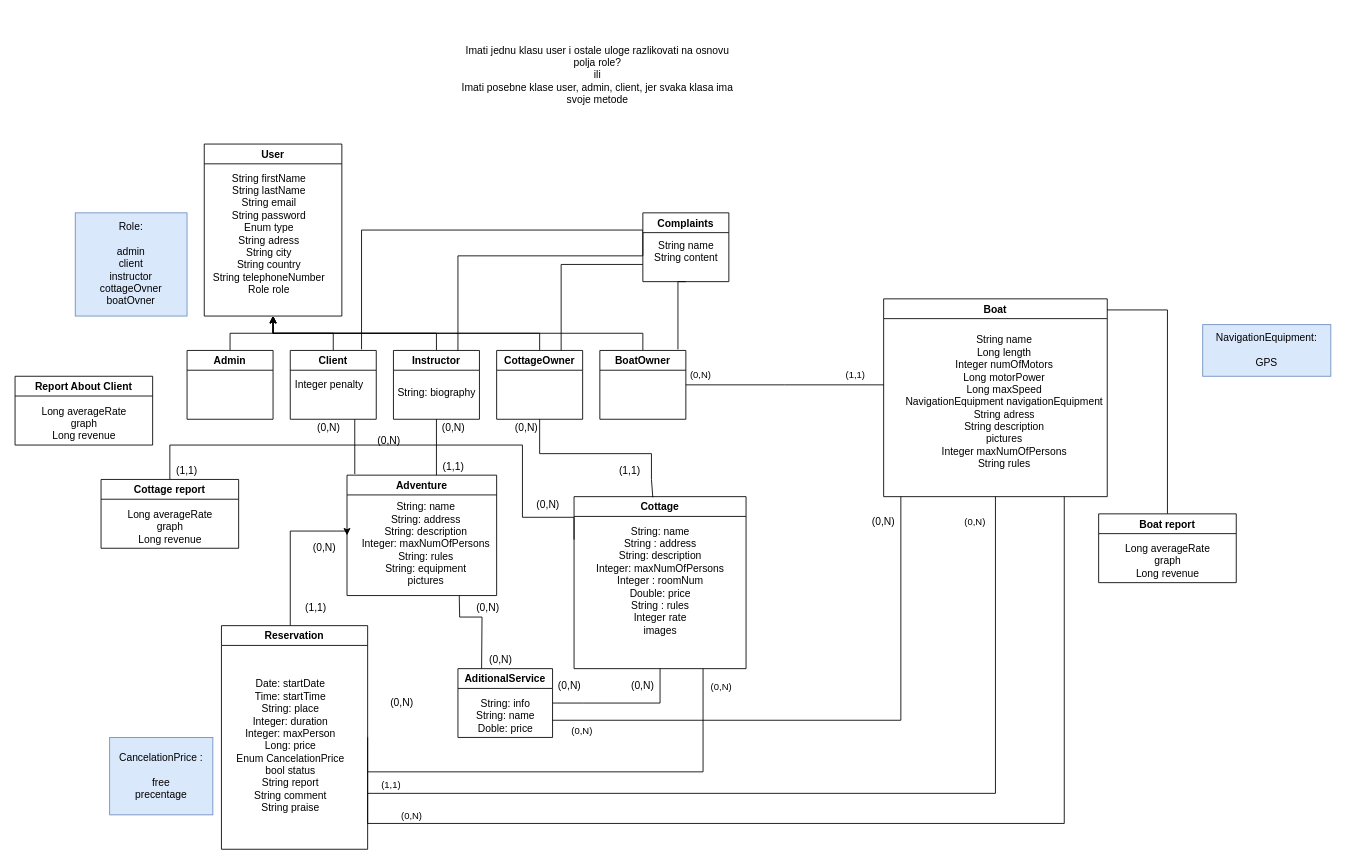
Earlier version of the draw.io diagram class_diagram.drawio (unpano/booking-app). Source tidied: cells renumbered, new cells numbered last; positions are measured from the earlier drawing's top-left corner, leaving out a move shared by most shapes. Both pictures are drawn from the tidied source at 86%, with x=0, y=0 at pixel (15, 15).
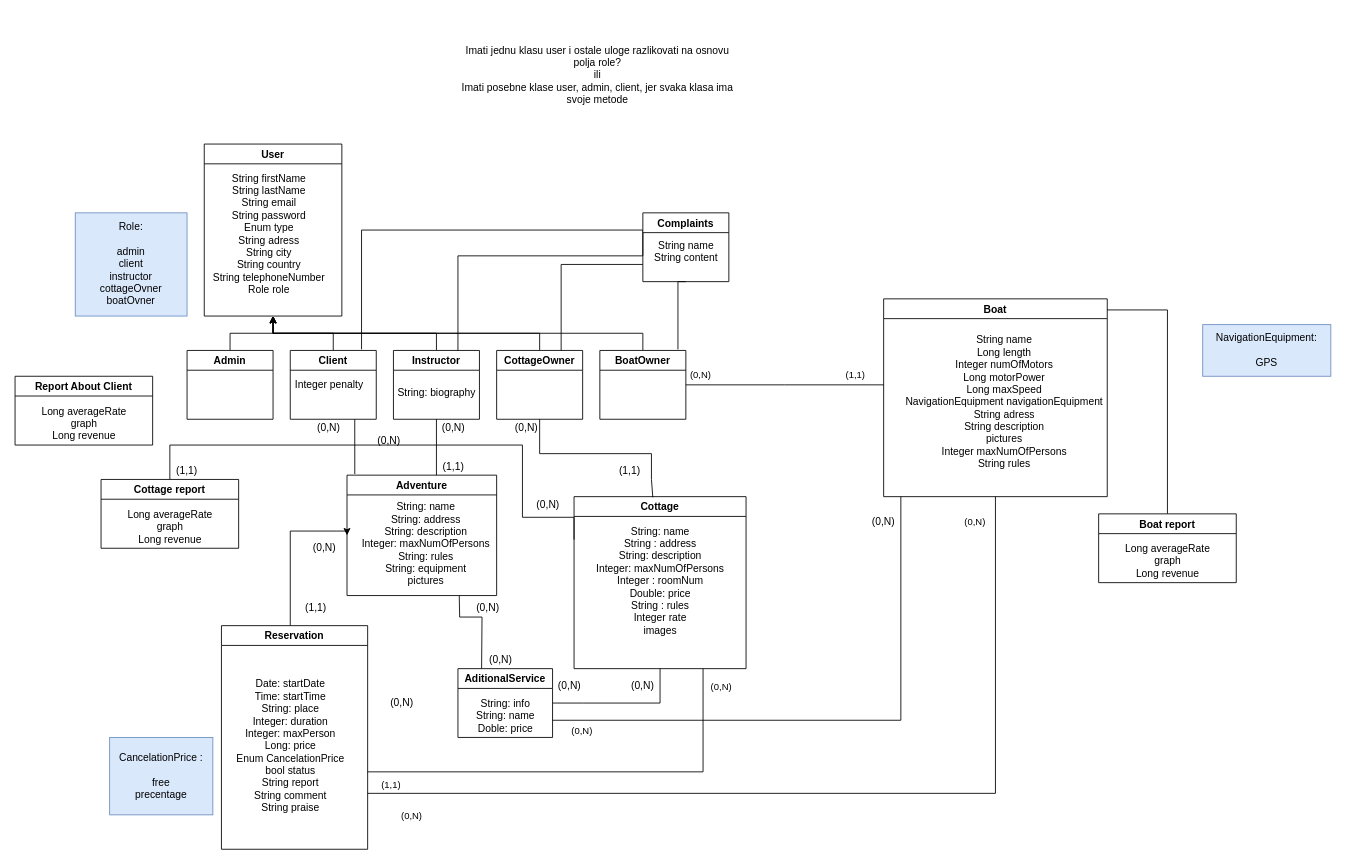
Above is the later version.

The change refers to these unchanged cells:
```xml
<mxCell id="18" value="Boat" style="swimlane;" parent="1" vertex="1">
  <mxGeometry x="1010" y="330" width="260" height="230" as="geometry" />
</mxCell>
<mxCell id="46" value="Reservation" style="swimlane;" parent="1" vertex="1">
  <mxGeometry x="240" y="710" width="170" height="260" as="geometry" />
</mxCell>
```

Change to the diagram source:
```diff
@@
-    <mxCell id="17" style="edgeStyle=orthogonalEdgeStyle;rounded=0;jettySize=auto;html=1;entryX=1;entryY=0.5;entryDx=0;entryDy=0;fontColor=#000000;endArrow=none;endFill=0;" parent="1" edge="1" source="18" target="46">
-      <mxGeometry relative="1" as="geometry">
-        <Array as="points">
-          <mxPoint x="1220" y="940" />
-          <mxPoint x="410" y="940" />
-        </Array>
-      </mxGeometry>
-    </mxCell>
```
